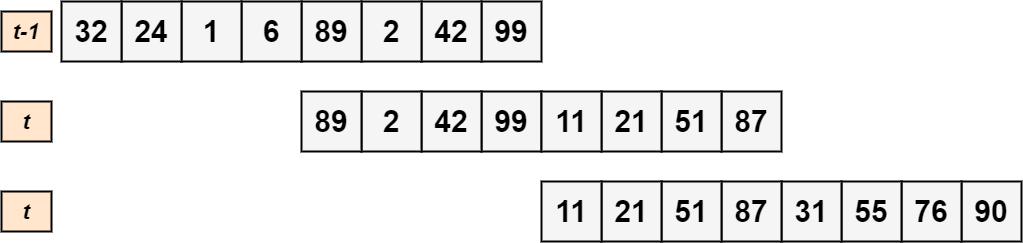
Above: diagrams/sliding_window.png in manuelpagliuca/seta-distributed-system (draw.io), before the change. Source tidied: cells renumbered, new cells last; positions are measured from the earlier drawing's top-left corner, leaving out a move shared by most shapes.
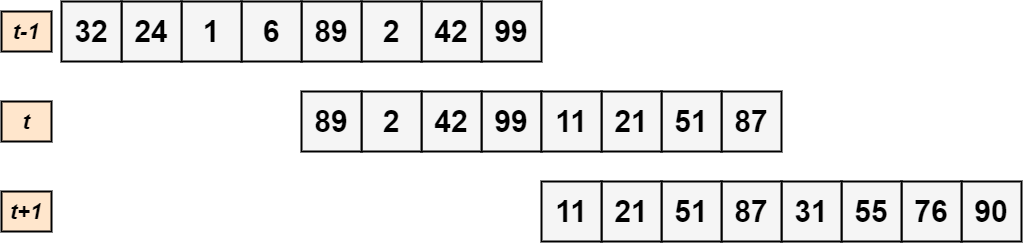
After the change.

Commit message:
changing diagram for sliding window

The edit, as a diff of the source:
```diff
@@ -59,7 +59,7 @@
     <mxCell id="20" value="&lt;span style=&quot;font-size: 30px&quot;&gt;&lt;b&gt;&lt;font color=&quot;#000000&quot;&gt;11&lt;/font&gt;&lt;/b&gt;&lt;/span&gt;" style="rounded=0;whiteSpace=wrap;html=1;labelBackgroundColor=none;fillColor=#f5f5f5;fontColor=#333333;strokeColor=#000000;strokeWidth=2;" parent="4" vertex="1">
       <mxGeometry x="480" y="90" width="60" height="60" as="geometry" />
     </mxCell>
-    <mxCell id="21" value="&lt;font color=&quot;#000000&quot; size=&quot;1&quot;&gt;&lt;b style=&quot;font-size: 22px&quot;&gt;&lt;i&gt;t&lt;/i&gt;&lt;/b&gt;&lt;/font&gt;" style="rounded=0;whiteSpace=wrap;html=1;labelBackgroundColor=none;strokeWidth=2;fillColor=#ffe6cc;strokeColor=#000000;" parent="1" vertex="1">
+    <mxCell id="21" value="&lt;font color=&quot;#000000&quot; size=&quot;1&quot;&gt;&lt;b style=&quot;font-size: 22px&quot;&gt;&lt;i&gt;t+1&lt;/i&gt;&lt;/b&gt;&lt;/font&gt;" style="rounded=0;whiteSpace=wrap;html=1;labelBackgroundColor=none;strokeWidth=2;fillColor=#ffe6cc;strokeColor=#000000;" parent="1" vertex="1">
       <mxGeometry y="190" width="50" height="40" as="geometry" />
     </mxCell>
     <mxCell id="22" value="&lt;span style=&quot;font-size: 30px&quot;&gt;&lt;b&gt;&lt;font color=&quot;#000000&quot;&gt;90&lt;/font&gt;&lt;/b&gt;&lt;/span&gt;" style="rounded=0;whiteSpace=wrap;html=1;labelBackgroundColor=none;fillColor=#f5f5f5;fontColor=#333333;strokeColor=#000000;strokeWidth=2;" parent="1" vertex="1">
```
